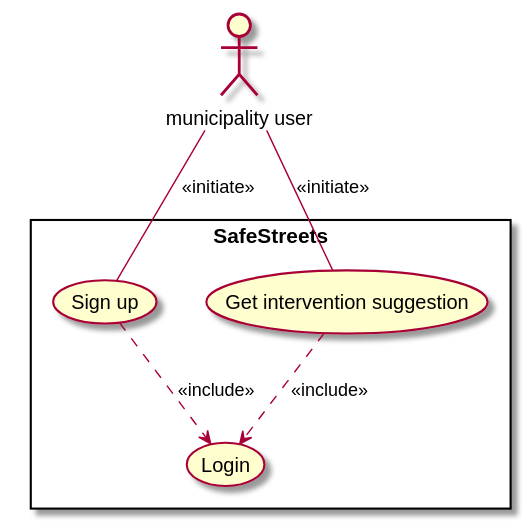
Above: RASD/resources/municipality_usecases.svg in simonebraga/software_engineering_project_2020 (PlantUML), before the change.
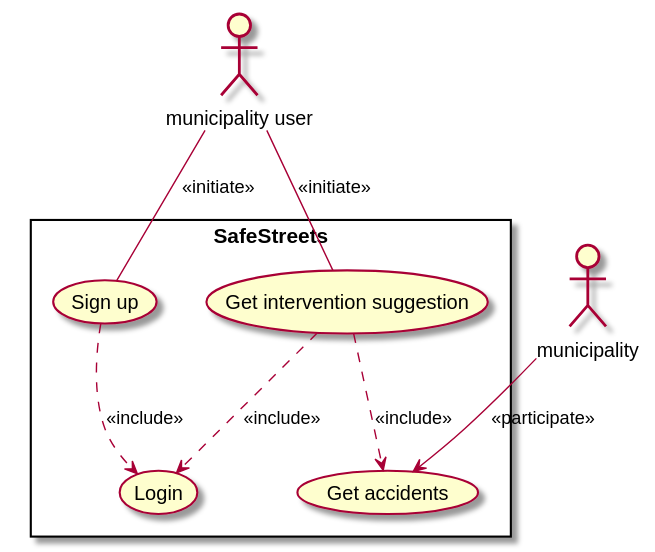
After the commit.

Commit message:
logic corrections, add get accidents use case

What changed in the source:
```diff
@@ -1,14 +1,18 @@
 @startuml
 
-actor :municipality user: as municipality
+actor :municipality user: as municipalityus
+actor :municipality:
 
 rectangle SafeStreets{
 
-  :municipality: -- (Sign up) : <<initiate>>
+  :municipalityus: -- (Sign up) : <<initiate>>
   (Sign up) ..> (Login) : <<include>>
 
-  :municipality: -- (Get intervention suggestion) : <<initiate>>
+  :municipalityus: -- (Get intervention suggestion) : <<initiate>>
+
   (Get intervention suggestion) ..> (Login) : <<include>>
+  (Get intervention suggestion) ..> (Get accidents) : <<include>>
+  municipality --> (Get accidents) : <<participate>>
 
 }
 
```
